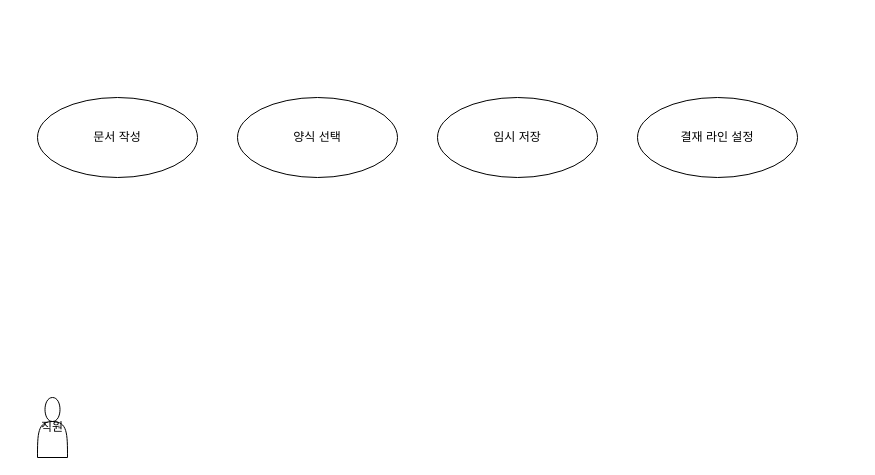
sunday1284/jsp_spring02 keeps this draw.io diagram as document/문서작성 및 기안.drawio. Above is the earlier version. Source tidied: cells renumbered, new cells numbered last; positions are measured from the earlier drawing's top-left corner, leaving out a move shared by most shapes. Both pictures are drawn from the tidied source at 100%, with x=0, y=0 at pixel (37, 97).
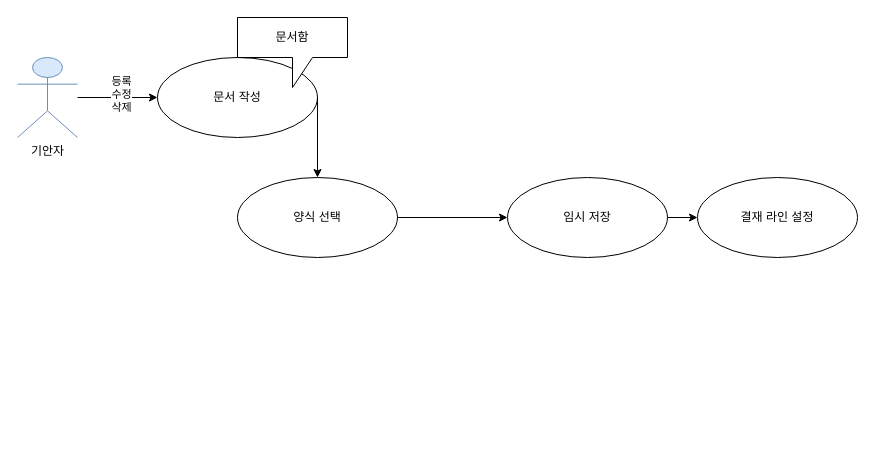
The same page after the edit.

Commit message:
문서작성 및 기안.drawio 업데이트

The edit, as a diff of the source:
```diff
@@
 <mxGraphModel>
   <root>
     <mxCell id="0" />
     <mxCell id="1" parent="0" />
     <mxCell id="2" value="문서 작성" style="shape=ellipse;whiteSpace=wrap;html=1;" parent="1" vertex="1">
-      <mxGeometry width="160" height="80" as="geometry" />
+      <mxGeometry x="120" y="-40" width="160" height="80" as="geometry" />
     </mxCell>
     <mxCell id="3" value="양식 선택" style="shape=ellipse;whiteSpace=wrap;html=1;" parent="1" vertex="1">
-      <mxGeometry x="200" width="160" height="80" as="geometry" />
+      <mxGeometry x="200" y="80" width="160" height="80" as="geometry" />
     </mxCell>
     <mxCell id="4" value="임시 저장" style="shape=ellipse;whiteSpace=wrap;html=1;" parent="1" vertex="1">
-      <mxGeometry x="400" width="160" height="80" as="geometry" />
+      <mxGeometry x="470" y="80" width="160" height="80" as="geometry" />
     </mxCell>
     <mxCell id="5" value="결재 라인 설정" style="shape=ellipse;whiteSpace=wrap;html=1;" parent="1" vertex="1">
-      <mxGeometry x="600" width="160" height="80" as="geometry" />
+      <mxGeometry x="660" y="80" width="160" height="80" as="geometry" />
     </mxCell>
-    <mxCell id="6" value="직원" style="shape=actor;whiteSpace=wrap;html=1;" parent="1" vertex="1">
-      <mxGeometry y="300" width="30" height="60" as="geometry" />
-    </mxCell>
+    <mxCell id="7" style="endArrow=classic;html=1;rounded=0;entryX=0;entryY=0.5;entryDx=0;entryDy=0;" parent="1" edge="1" source="9" target="2">
+      <mxGeometry relative="1" as="geometry" />
+    </mxCell>
+    <mxCell id="8" value="등록&lt;div&gt;수정&lt;/div&gt;&lt;div&gt;삭제&lt;/div&gt;" style="edgeLabel;html=1;align=center;verticalAlign=middle;" parent="7" vertex="1">
+      <mxGeometry x="0.07" y="4" relative="1" as="geometry" />
+    </mxCell>
+    <mxCell id="9" value="기안자" style="shape=umlActor;verticalLabelPosition=bottom;verticalAlign=top;html=1;outlineConnect=0;fillColor=#dae8fc;strokeColor=#6c8ebf;" parent="1" vertex="1">
+      <mxGeometry x="-20" y="-40" width="60" height="80" as="geometry" />
+    </mxCell>
+    <mxCell id="10" style="endArrow=classic;html=1;rounded=0;exitX=1;exitY=0.5;exitDx=0;exitDy=0;entryX=0;entryY=0.5;entryDx=0;entryDy=0;" parent="1" edge="1" source="3" target="4">
+      <mxGeometry relative="1" as="geometry" />
+    </mxCell>
+    <mxCell id="11" style="endArrow=classic;html=1;rounded=0;exitX=1;exitY=0.5;exitDx=0;exitDy=0;entryX=0;entryY=0.5;entryDx=0;entryDy=0;" parent="1" edge="1" source="4" target="5">
+      <mxGeometry relative="1" as="geometry" />
+    </mxCell>
+    <mxCell id="12" value="문서함" style="shape=callout;whiteSpace=wrap;html=1;perimeter=calloutPerimeter;" parent="1" vertex="1">
+      <mxGeometry x="200" y="-80" width="110" height="70" as="geometry" />
+    </mxCell>
+    <mxCell id="13" style="endArrow=classic;html=1;rounded=0;exitX=1;exitY=0.5;exitDx=0;exitDy=0;entryX=0.5;entryY=0;entryDx=0;entryDy=0;" parent="1" edge="1" source="2" target="3">
+      <mxGeometry relative="1" as="geometry" />
+    </mxCell>
   </root>
 </mxGraphModel>
```
